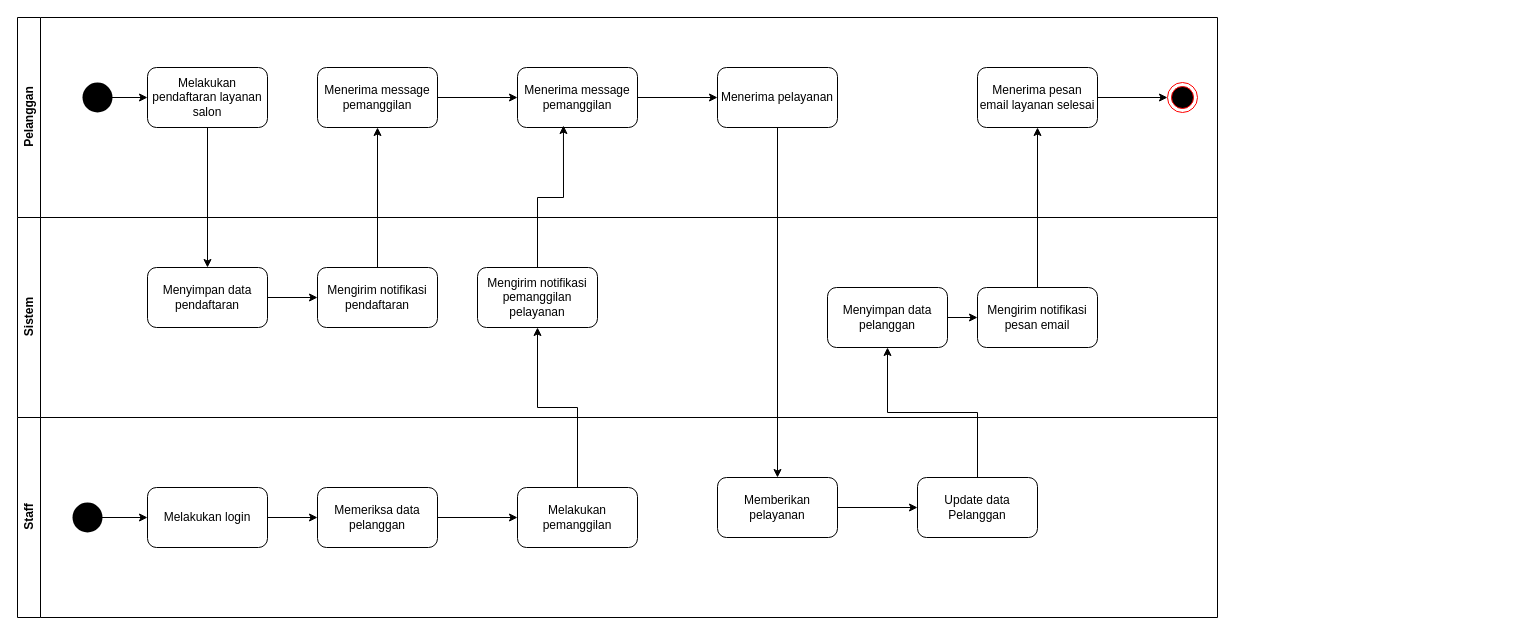
Above: probis yurika.drawio in zulzunman/joki (draw.io), before the change. Source tidied: cells renumbered, new cells numbered last; positions are measured from the earlier drawing's top-left corner, leaving out a move shared by most shapes. Both pictures are drawn from the tidied source at 100%, with x=0, y=0 at pixel (17, 17).
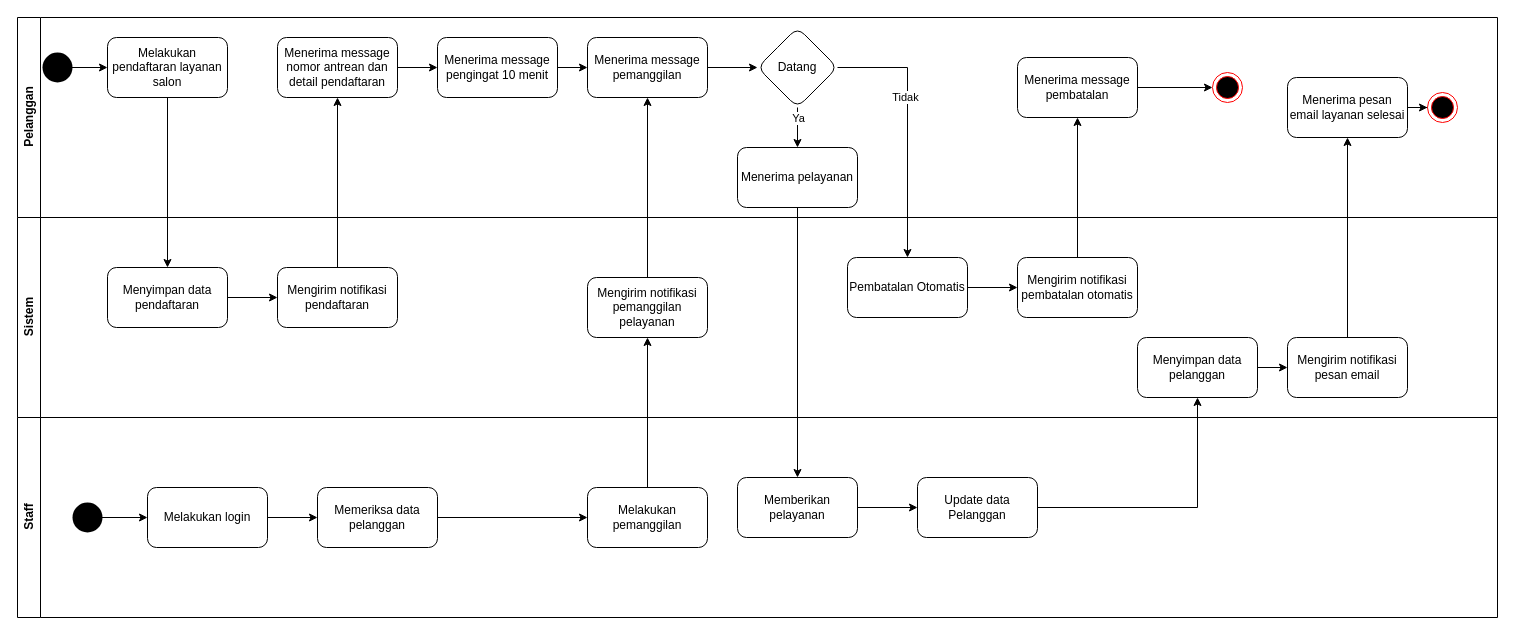
Above is the later version.

The edit, as a diff of the source:
```diff
@@
     <mxCell id="2" value="Pelanggan" style="swimlane;horizontal=0;whiteSpace=wrap;html=1;" parent="1" vertex="1">
-      <mxGeometry width="1200" height="200" as="geometry" />
+      <mxGeometry width="1480" height="200" as="geometry" />
     </mxCell>
@@
-    <mxCell id="4" style="shape=waypoint;sketch=0;fillStyle=solid;size=6;points=[];fillColor=none;perimeter=centerPerimeter;snapToPoint=1;strokeWidth=13;" parent="2" vertex="1">
-      <mxGeometry x="70" y="70" width="20" height="20" as="geometry" />
-    </mxCell>
-    <mxCell id="5" value="Melakukan pendaftaran layanan salon" style="whiteSpace=wrap;html=1;rounded=1;" parent="2" vertex="1">
-      <mxGeometry x="130" y="50" width="120" height="60" as="geometry" />
-    </mxCell>
-    <mxCell id="6" style="edgeStyle=orthogonalEdgeStyle;rounded=0;jettySize=auto;html=1;" parent="2" edge="1" source="7" target="9">
-      <mxGeometry relative="1" as="geometry" />
-    </mxCell>
-    <mxCell id="7" value="Menerima message pemanggilan" style="whiteSpace=wrap;html=1;rounded=1;" parent="2" vertex="1">
-      <mxGeometry x="300" y="50" width="120" height="60" as="geometry" />
-    </mxCell>
-    <mxCell id="8" style="edgeStyle=orthogonalEdgeStyle;rounded=0;jettySize=auto;html=1;" parent="2" edge="1" source="9" target="10">
-      <mxGeometry relative="1" as="geometry" />
-    </mxCell>
+    <mxCell id="40" style="edgeStyle=orthogonalEdgeStyle;rounded=0;jettySize=auto;html=1;" parent="2" edge="1" source="7" target="43">
+      <mxGeometry relative="1" as="geometry" />
+    </mxCell>
+    <mxCell id="41" style="edgeStyle=orthogonalEdgeStyle;rounded=0;jettySize=auto;html=1;" parent="2" edge="1" source="9" target="46">
+      <mxGeometry relative="1" as="geometry" />
+    </mxCell>
     <mxCell id="9" value="Menerima message pemanggilan" style="whiteSpace=wrap;html=1;rounded=1;" parent="2" vertex="1">
-      <mxGeometry x="500" y="50" width="120" height="60" as="geometry" />
+      <mxGeometry x="570" y="20" width="120" height="60" as="geometry" />
     </mxCell>
     <mxCell id="10" value="Menerima pelayanan" style="whiteSpace=wrap;html=1;rounded=1;" parent="2" vertex="1">
-      <mxGeometry x="700" y="50" width="120" height="60" as="geometry" />
+      <mxGeometry x="720" y="130" width="120" height="60" as="geometry" />
     </mxCell>
@@
+    <mxCell id="15" style="ellipse;html=1;shape=endState;fillColor=#000000;strokeColor=#ff0000;" parent="2" vertex="1">
+      <mxGeometry x="1410" y="75" width="30" height="30" as="geometry" />
+    </mxCell>
+    <mxCell id="42" style="edgeStyle=orthogonalEdgeStyle;rounded=0;jettySize=auto;html=1;" parent="2" edge="1" source="43" target="9">
+      <mxGeometry relative="1" as="geometry" />
+    </mxCell>
+    <mxCell id="43" value="Menerima message pengingat 10 menit " style="whiteSpace=wrap;html=1;rounded=1;" parent="2" vertex="1">
+      <mxGeometry x="420" y="20" width="120" height="60" as="geometry" />
+    </mxCell>
+    <mxCell id="4" style="shape=waypoint;sketch=0;fillStyle=solid;size=6;points=[];fillColor=none;perimeter=centerPerimeter;snapToPoint=1;strokeWidth=13;" parent="2" vertex="1">
+      <mxGeometry x="30" y="40" width="20" height="20" as="geometry" />
+    </mxCell>
+    <mxCell id="5" value="Melakukan pendaftaran layanan salon" style="whiteSpace=wrap;html=1;rounded=1;" parent="2" vertex="1">
+      <mxGeometry x="90" y="20" width="120" height="60" as="geometry" />
+    </mxCell>
+    <mxCell id="18" value="Menyimpan data pendaftaran" style="whiteSpace=wrap;html=1;rounded=1;" parent="2" vertex="1">
+      <mxGeometry x="90" y="250" width="120" height="60" as="geometry" />
+    </mxCell>
+    <mxCell id="33" style="edgeStyle=orthogonalEdgeStyle;rounded=0;jettySize=auto;html=1;" parent="2" edge="1" source="5" target="18">
+      <mxGeometry relative="1" as="geometry" />
+    </mxCell>
+    <mxCell id="19" value="Mengirim notifikasi pendaftaran" style="whiteSpace=wrap;html=1;rounded=1;" parent="2" vertex="1">
+      <mxGeometry x="260" y="250" width="120" height="60" as="geometry" />
+    </mxCell>
+    <mxCell id="34" style="edgeStyle=orthogonalEdgeStyle;rounded=0;jettySize=auto;html=1;" parent="2" edge="1" source="19" target="7">
+      <mxGeometry relative="1" as="geometry" />
+    </mxCell>
+    <mxCell id="7" value="Menerima message nomor antrean dan detail pendaftaran" style="whiteSpace=wrap;html=1;rounded=1;" parent="2" vertex="1">
+      <mxGeometry x="260" y="20" width="120" height="60" as="geometry" />
+    </mxCell>
+    <mxCell id="17" style="edgeStyle=orthogonalEdgeStyle;rounded=0;jettySize=auto;html=1;" parent="2" edge="1" source="18" target="19">
+      <mxGeometry relative="1" as="geometry" />
+    </mxCell>
+    <mxCell id="44" style="edgeStyle=orthogonalEdgeStyle;rounded=0;jettySize=auto;html=1;" parent="2" edge="1" source="46" target="10">
+      <mxGeometry relative="1" as="geometry" />
+    </mxCell>
+    <mxCell id="45" value="Ya" style="edgeLabel;html=1;align=center;verticalAlign=middle;" parent="44" vertex="1">
+      <mxGeometry x="-0.15" y="1" relative="1" as="geometry">
+        <mxPoint x="-1" y="-7" as="offset" />
+      </mxGeometry>
+    </mxCell>
+    <mxCell id="46" value="Datang" style="rhombus;whiteSpace=wrap;html=1;rounded=1;" parent="2" vertex="1">
+      <mxGeometry x="740" y="10" width="80" height="80" as="geometry" />
+    </mxCell>
+    <mxCell id="47" style="ellipse;html=1;shape=endState;fillColor=#000000;strokeColor=#ff0000;" parent="2" vertex="1">
+      <mxGeometry x="1195" y="55" width="30" height="30" as="geometry" />
+    </mxCell>
     <mxCell id="12" value="Menerima pesan email layanan selesai" style="whiteSpace=wrap;html=1;rounded=1;" parent="2" vertex="1">
-      <mxGeometry x="960" y="50" width="120" height="60" as="geometry" />
+      <mxGeometry x="1270" y="60" width="120" height="60" as="geometry" />
     </mxCell>
+    <mxCell id="48" style="edgeStyle=orthogonalEdgeStyle;rounded=0;jettySize=auto;html=1;" parent="2" edge="1" source="49" target="47">
+      <mxGeometry relative="1" as="geometry" />
+    </mxCell>
+    <mxCell id="49" value="Menerima message pembatalan" style="whiteSpace=wrap;html=1;rounded=1;" parent="2" vertex="1">
+      <mxGeometry x="1000" y="40" width="120" height="60" as="geometry" />
+    </mxCell>
+    <mxCell id="16" value="&lt;div&gt;Sistem&lt;/div&gt;" style="swimlane;horizontal=0;whiteSpace=wrap;html=1;" parent="1" vertex="1">
+      <mxGeometry y="200" width="1480" height="200" as="geometry" />
+    </mxCell>
+    <mxCell id="20" value="Mengirim notifikasi pemanggilan pelayanan" style="whiteSpace=wrap;html=1;rounded=1;" parent="16" vertex="1">
+      <mxGeometry x="570" y="60" width="120" height="60" as="geometry" />
+    </mxCell>
+    <mxCell id="50" style="edgeStyle=orthogonalEdgeStyle;rounded=0;jettySize=auto;html=1;" parent="16" edge="1" source="51" target="52">
+      <mxGeometry relative="1" as="geometry" />
+    </mxCell>
+    <mxCell id="51" value="Pembatalan Otomatis" style="whiteSpace=wrap;html=1;rounded=1;" parent="16" vertex="1">
+      <mxGeometry x="830" y="40" width="120" height="60" as="geometry" />
+    </mxCell>
+    <mxCell id="52" value="Mengirim notifikasi pembatalan otomatis" style="whiteSpace=wrap;html=1;rounded=1;" parent="16" vertex="1">
+      <mxGeometry x="1000" y="40" width="120" height="60" as="geometry" />
+    </mxCell>
+    <mxCell id="21" value="Menyimpan data pelanggan" style="whiteSpace=wrap;html=1;rounded=1;" parent="16" vertex="1">
+      <mxGeometry x="1120" y="120" width="120" height="60" as="geometry" />
+    </mxCell>
-    <mxCell id="13" value="Mengirim notifikasi pesan email" style="whiteSpace=wrap;html=1;rounded=1;" parent="2" vertex="1">
-      <mxGeometry x="960" y="270" width="120" height="60" as="geometry" />
+    <mxCell id="13" value="Mengirim notifikasi pesan email" style="whiteSpace=wrap;html=1;rounded=1;" parent="16" vertex="1">
+      <mxGeometry x="1270" y="120" width="120" height="60" as="geometry" />
     </mxCell>
-    <mxCell id="14" style="edgeStyle=orthogonalEdgeStyle;rounded=0;jettySize=auto;html=1;" parent="2" edge="1" source="13" target="12">
-      <mxGeometry relative="1" as="geometry" />
-    </mxCell>
-    <mxCell id="15" style="ellipse;html=1;shape=endState;fillColor=#000000;strokeColor=#ff0000;" parent="2" vertex="1">
-      <mxGeometry x="1150" y="65" width="30" height="30" as="geometry" />
-    </mxCell>
-    <mxCell id="16" value="&lt;div&gt;Sistem&lt;/div&gt;" style="swimlane;horizontal=0;whiteSpace=wrap;html=1;" parent="1" vertex="1">
-      <mxGeometry y="200" width="1200" height="200" as="geometry" />
-    </mxCell>
-    <mxCell id="17" style="edgeStyle=orthogonalEdgeStyle;rounded=0;jettySize=auto;html=1;" parent="16" edge="1" source="18" target="19">
-      <mxGeometry relative="1" as="geometry" />
-    </mxCell>
-    <mxCell id="18" value="Menyimpan data pendaftaran" style="whiteSpace=wrap;html=1;rounded=1;" parent="16" vertex="1">
-      <mxGeometry x="130" y="50" width="120" height="60" as="geometry" />
-    </mxCell>
-    <mxCell id="19" value="Mengirim notifikasi pendaftaran" style="whiteSpace=wrap;html=1;rounded=1;" parent="16" vertex="1">
-      <mxGeometry x="300" y="50" width="120" height="60" as="geometry" />
-    </mxCell>
-    <mxCell id="20" value="Mengirim notifikasi pemanggilan pelayanan" style="whiteSpace=wrap;html=1;rounded=1;" parent="16" vertex="1">
-      <mxGeometry x="460" y="50" width="120" height="60" as="geometry" />
-    </mxCell>
-    <mxCell id="21" value="Menyimpan data pelanggan" style="whiteSpace=wrap;html=1;rounded=1;" parent="16" vertex="1">
-      <mxGeometry x="810" y="70" width="120" height="60" as="geometry" />
-    </mxCell>
+    <mxCell id="39" style="edgeStyle=orthogonalEdgeStyle;rounded=0;jettySize=auto;html=1;" parent="16" edge="1" source="21" target="13">
+      <mxGeometry relative="1" as="geometry" />
+    </mxCell>
     <mxCell id="22" value="Staff" style="swimlane;horizontal=0;whiteSpace=wrap;html=1;" parent="1" vertex="1">
-      <mxGeometry y="400" width="1200" height="200" as="geometry" />
+      <mxGeometry y="400" width="1480" height="200" as="geometry" />
     </mxCell>
@@
     <mxCell id="29" value="Melakukan pemanggilan" style="whiteSpace=wrap;html=1;rounded=1;" parent="22" vertex="1">
-      <mxGeometry x="500" y="70" width="120" height="60" as="geometry" />
+      <mxGeometry x="570" y="70" width="120" height="60" as="geometry" />
     </mxCell>
@@
     <mxCell id="31" value="Memberikan pelayanan" style="whiteSpace=wrap;html=1;rounded=1;" parent="22" vertex="1">
-      <mxGeometry x="700" y="60" width="120" height="60" as="geometry" />
+      <mxGeometry x="720" y="60" width="120" height="60" as="geometry" />
     </mxCell>
@@
-    <mxCell id="33" style="edgeStyle=orthogonalEdgeStyle;rounded=0;jettySize=auto;html=1;" parent="1" edge="1" source="5" target="18">
-      <mxGeometry relative="1" as="geometry" />
-    </mxCell>
-    <mxCell id="34" style="edgeStyle=orthogonalEdgeStyle;rounded=0;jettySize=auto;html=1;" parent="1" edge="1" source="19" target="7">
-      <mxGeometry relative="1" as="geometry" />
-    </mxCell>
@@
-    <mxCell id="36" style="edgeStyle=orthogonalEdgeStyle;rounded=0;jettySize=auto;html=1;entryX=0.383;entryY=0.967;entryDx=0;entryDy=0;entryPerimeter=0;" parent="1" edge="1" source="20" target="9">
+    <mxCell id="36" style="edgeStyle=orthogonalEdgeStyle;rounded=0;jettySize=auto;html=1;entryX=0.5;entryY=1;entryDx=0;entryDy=0;" parent="1" edge="1" source="20" target="9">
       <mxGeometry relative="1" as="geometry" />
     </mxCell>
@@
-    <mxCell id="39" style="edgeStyle=orthogonalEdgeStyle;rounded=0;jettySize=auto;html=1;" parent="1" edge="1" source="21" target="13">
-      <mxGeometry relative="1" as="geometry" />
-    </mxCell>
+    <mxCell id="53" style="edgeStyle=orthogonalEdgeStyle;rounded=0;jettySize=auto;html=1;" parent="1" edge="1" source="46" target="51">
+      <mxGeometry relative="1" as="geometry" />
+    </mxCell>
+    <mxCell id="54" value="Tidak" style="edgeLabel;html=1;align=center;verticalAlign=middle;" parent="53" vertex="1">
+      <mxGeometry x="-0.24" y="-3" relative="1" as="geometry" />
+    </mxCell>
+    <mxCell id="55" style="edgeStyle=orthogonalEdgeStyle;rounded=0;jettySize=auto;html=1;" parent="1" edge="1" source="52" target="49">
+      <mxGeometry relative="1" as="geometry" />
+    </mxCell>
+    <mxCell id="14" style="edgeStyle=orthogonalEdgeStyle;rounded=0;jettySize=auto;html=1;" parent="1" edge="1" source="13" target="12">
+      <mxGeometry relative="1" as="geometry" />
+    </mxCell>
```
